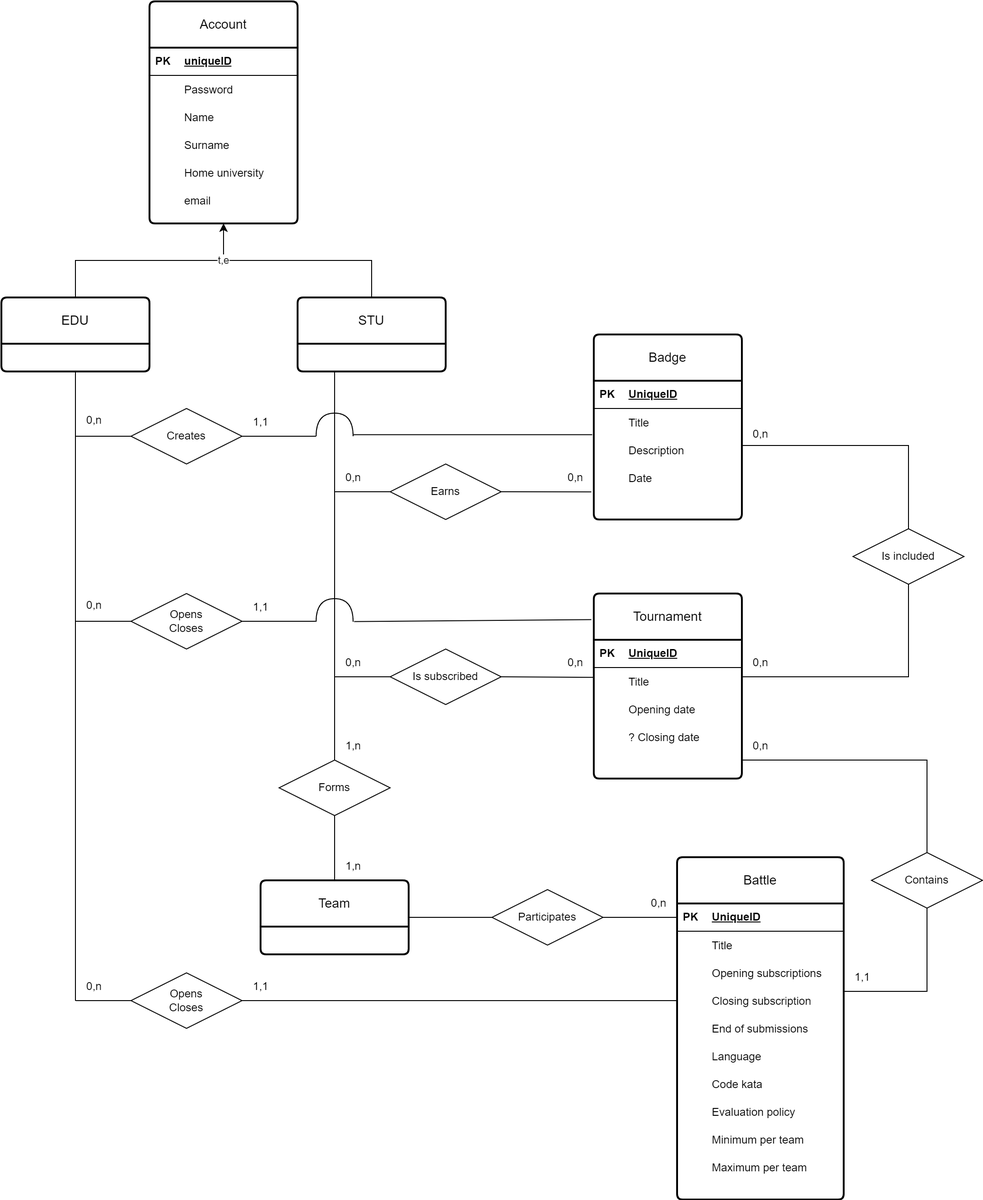
Before: DD/images/diagrams/er_diagram.png, a diagram exported from draw.io (pontig/sw-eng-2-PasiniPontiggiaStasi). Source tidied: cells renumbered, new cells last; positions are measured from the earlier drawing's top-left corner, leaving out a move shared by most shapes.
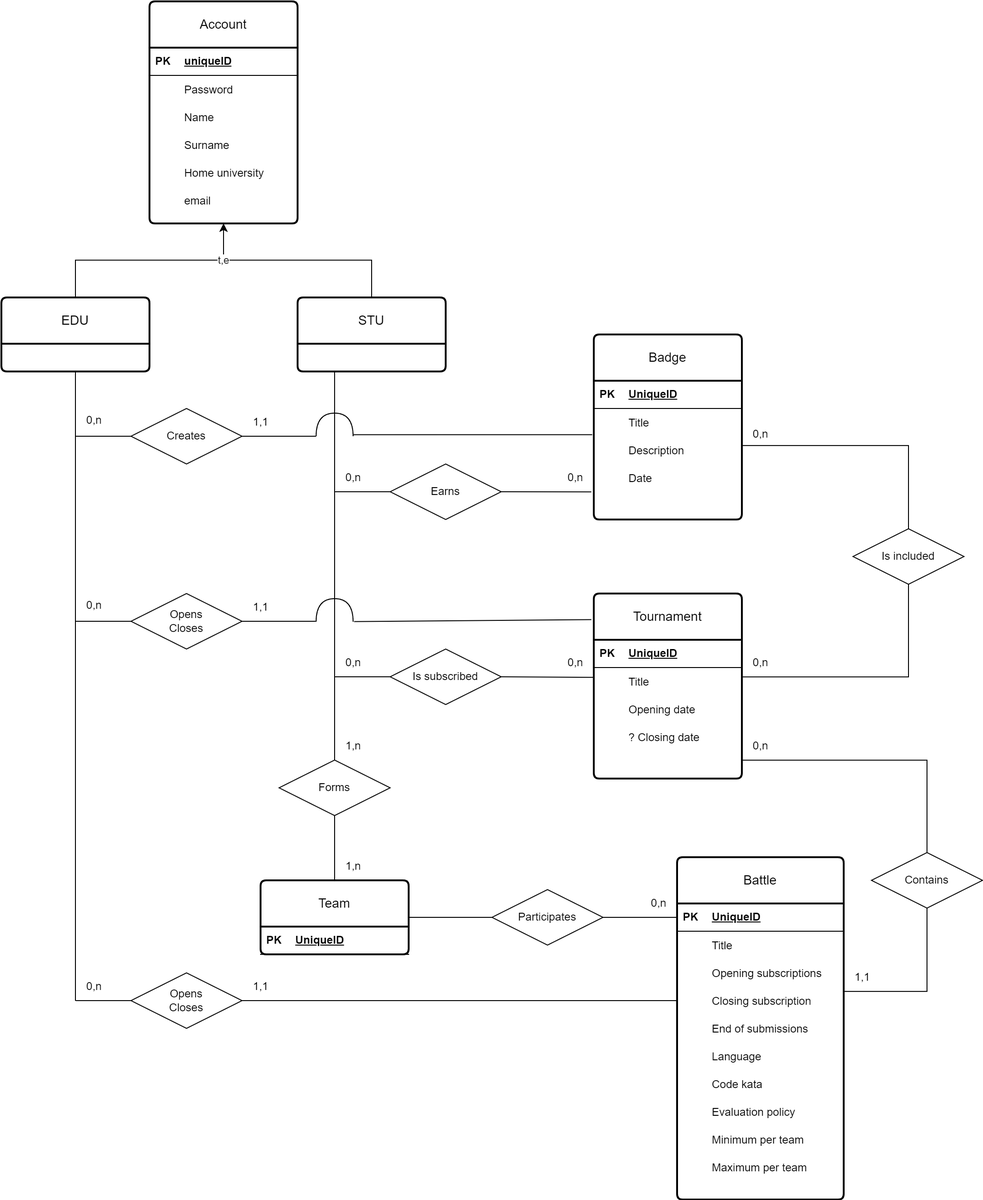
The same diagram one commit later.

Diff of the diagram source:
```diff
@@ -275,6 +275,18 @@
     <mxCell id="92" value="Team" style="swimlane;horizontal=1;startSize=50;rounded=1;fontSize=14;fontStyle=0;strokeWidth=2;shadow=0;dashed=0;align=center;arcSize=4;whiteSpace=wrap;html=1;" parent="1" vertex="1">
       <mxGeometry x="280" y="950" width="160" height="80" as="geometry" />
     </mxCell>
+    <mxCell id="136" style="shape=table;startSize=0;rowLines=0;fontStyle=0;align=center;strokeColor=none;fillColor=none;" parent="92" vertex="1">
+      <mxGeometry y="50" width="160" height="30" as="geometry" />
+    </mxCell>
+    <mxCell id="137" style="shape=tableRow;horizontal=0;startSize=0;swimlaneHead=0;swimlaneBody=0;fillColor=none;top=0;left=0;right=0;bottom=1;" parent="136" vertex="1">
+      <mxGeometry width="160" height="30" as="geometry" />
+    </mxCell>
+    <mxCell id="138" value="PK" style="shape=partialRectangle;fillColor=none;top=0;left=0;bottom=0;right=0;fontStyle=1;overflow=hidden;whiteSpace=wrap;html=1;" parent="137" vertex="1">
+      <mxGeometry width="30" height="30" as="geometry" />
+    </mxCell>
+    <mxCell id="139" value="UniqueID" style="shape=partialRectangle;fillColor=none;top=0;left=0;bottom=0;right=0;align=left;spacingLeft=6;fontStyle=5;overflow=hidden;whiteSpace=wrap;html=1;" parent="137" vertex="1">
+      <mxGeometry x="30" width="130" height="30" as="geometry" />
+    </mxCell>
     <mxCell id="93" value="Forms" style="shape=rhombus;perimeter=rhombusPerimeter;whiteSpace=wrap;html=1;align=center;" parent="1" vertex="1">
       <mxGeometry x="300" y="820" width="120" height="60" as="geometry" />
     </mxCell>
```
